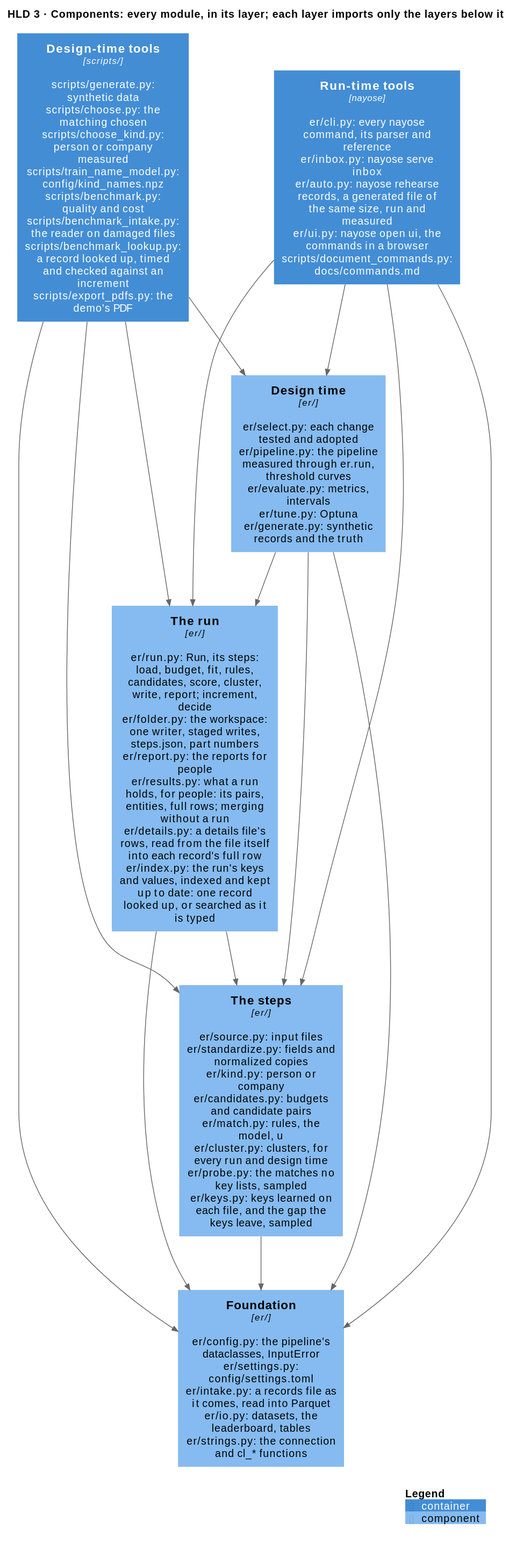
mvsbm/entity_matching keeps this PlantUML diagram as docs/diagrams/components.svg. Above is the earlier version.
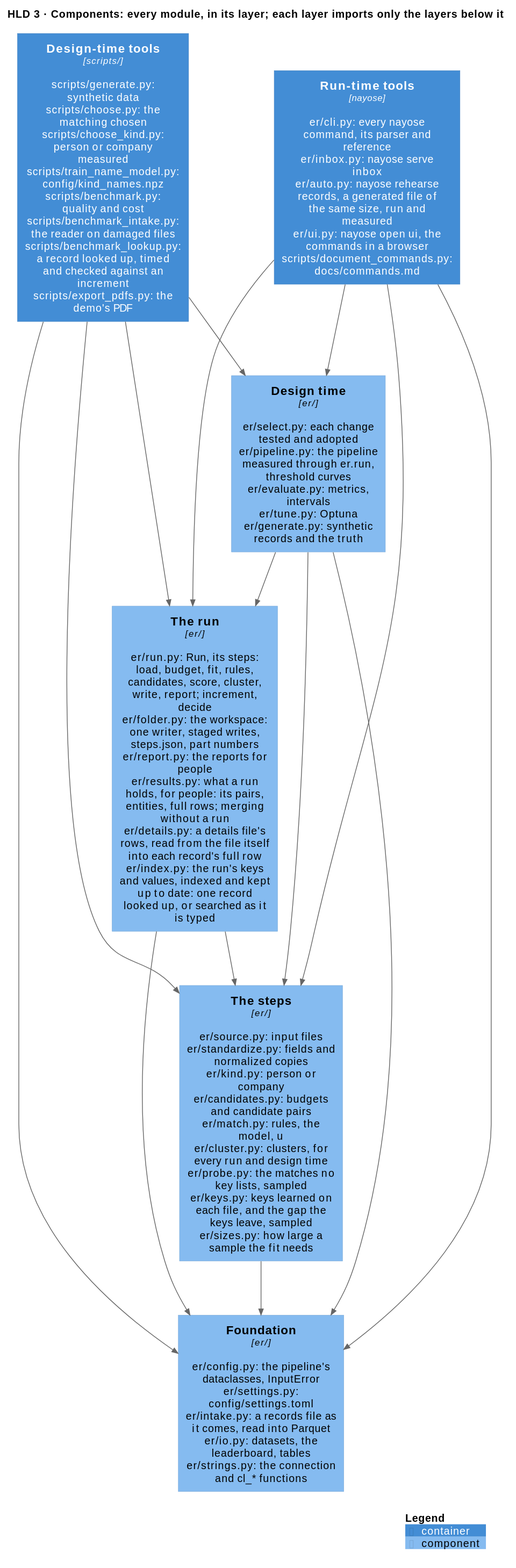
After the change.

Diff of the diagram source:
```diff
@@ -9,7 +9,7 @@
 
 Component(run, "The run", "er/", "er/run.py: Run, its steps: load, budget, fit, rules, candidates, score, cluster, write, report; increment, decide\ner/folder.py: the workspace: one writer, staged writes, steps.json, part numbers\ner/report.py: the reports for people\ner/results.py: what a run holds, for people: its pairs, entities, full rows; merging without a run\ner/details.py: a details file's rows, read from the file itself into each record's full row\ner/index.py: the run's keys and values, indexed and kept up to date: one record looked up, or searched as it is typed")
 Component(design, "Design time", "er/", "er/select.py: each change tested and adopted\ner/pipeline.py: the pipeline measured through er.run, threshold curves\ner/evaluate.py: metrics, intervals\ner/tune.py: Optuna\ner/generate.py: synthetic records and the truth")
-Component(steps, "The steps", "er/", "er/source.py: input files\ner/standardize.py: fields and normalized copies\ner/kind.py: person or company\ner/candidates.py: budgets and candidate pairs\ner/match.py: rules, the model, u\ner/cluster.py: clusters, for every run and design time\ner/probe.py: the matches no key lists, sampled\ner/keys.py: keys learned on each file, and the gap the keys leave, sampled")
+Component(steps, "The steps", "er/", "er/source.py: input files\ner/standardize.py: fields and normalized copies\ner/kind.py: person or company\ner/candidates.py: budgets and candidate pairs\ner/match.py: rules, the model, u\ner/cluster.py: clusters, for every run and design time\ner/probe.py: the matches no key lists, sampled\ner/keys.py: keys learned on each file, and the gap the keys leave, sampled\ner/sizes.py: how large a sample the fit needs")
 Component(configuration, "Foundation", "er/", "er/config.py: the pipeline's dataclasses, InputError\ner/settings.py: config/settings.toml\ner/intake.py: a records file as it comes, read into Parquet\ner/io.py: datasets, the leaderboard, tables\ner/strings.py: the connection and cl_* functions")
 
 Rel_D(tools_run, run, "")
```
